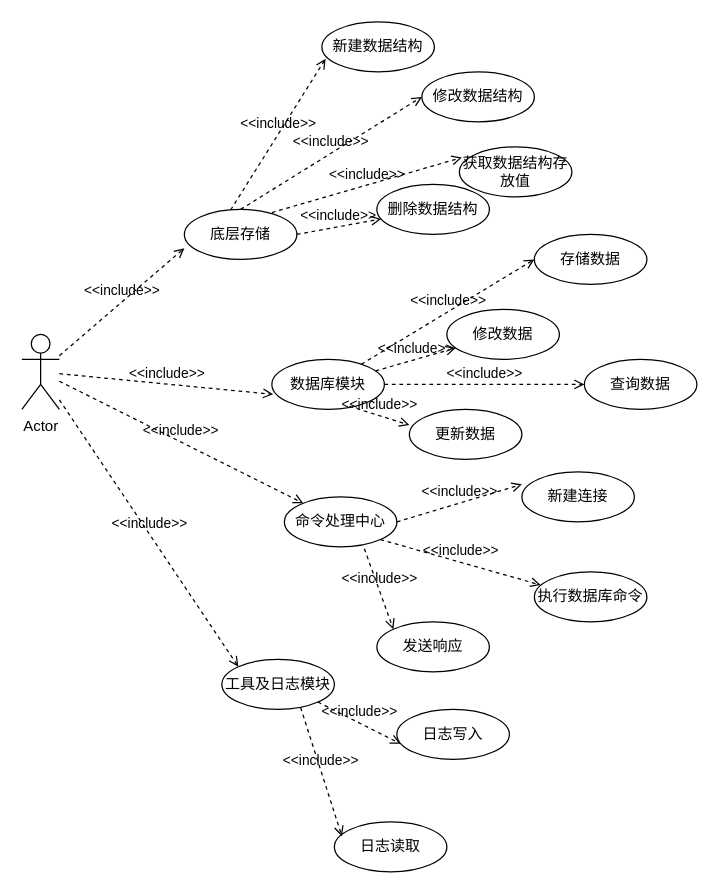
The draw.io diagram diagram-net/毕设用例图.drawio in Xuuuuuuuuuuuu/pic-repo, before the edit. Source tidied: cells renumbered, new cells numbered last; positions are measured from the earlier drawing's top-left corner, leaving out a move shared by most shapes. Both pictures are drawn from the tidied source at 125%, with x=0, y=0 at pixel (21, 21).
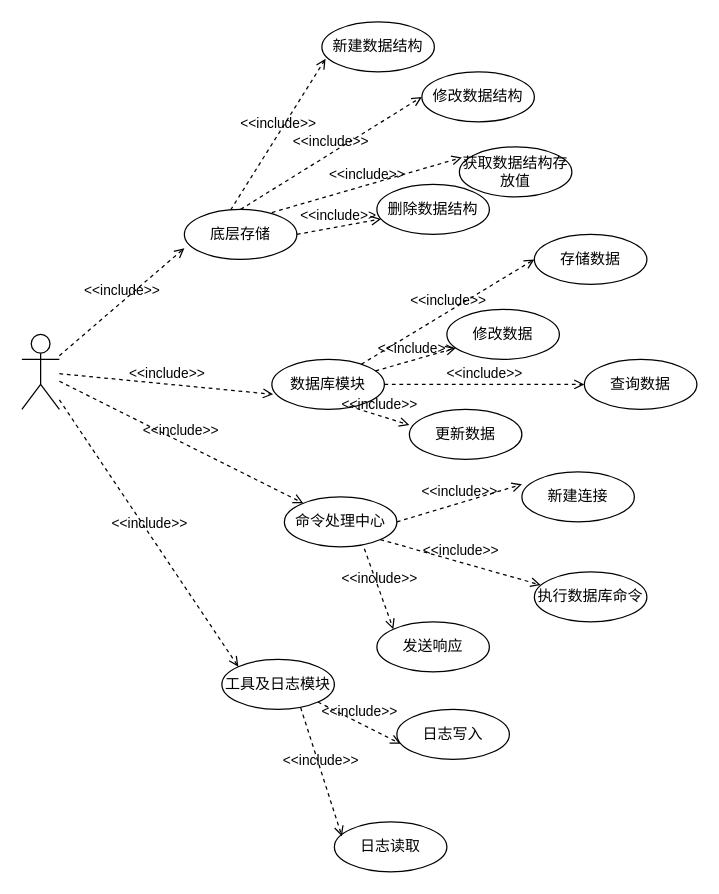
After the change.

Commit message (it also covers changes not shown here):
更新毕设用例图.drawio

Diff of the diagram source:
```diff
@@
-    <mxCell id="2" value="Actor" style="shape=umlActor;verticalLabelPosition=bottom;verticalAlign=top;html=1;outlineConnect=0;" parent="1" vertex="1">
+    <mxCell id="2" style="shape=umlActor;verticalLabelPosition=bottom;verticalAlign=top;html=1;outlineConnect=0;" parent="1" vertex="1">
       <mxGeometry y="250" width="30" height="60" as="geometry" />
     </mxCell>
```
